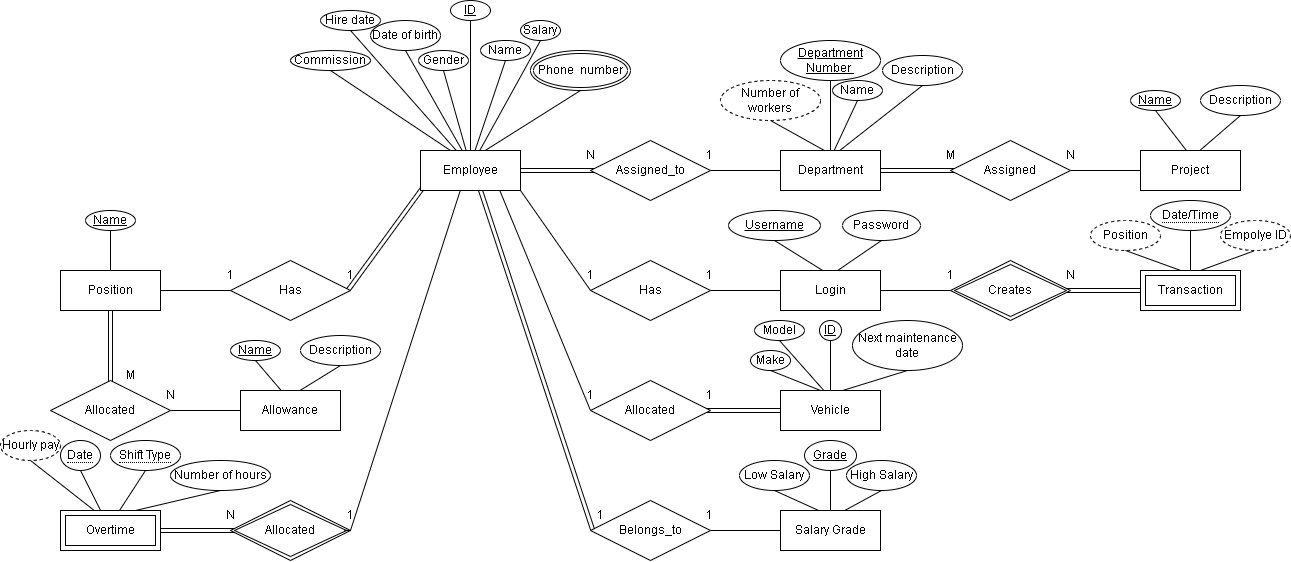
The draw.io diagram Phase 1/ERD.drawio.png in AhmedElkhashn/DB-project, before a commit. Source tidied: cells renumbered, new cells last; positions are measured from the earlier drawing's top-left corner, leaving out a move shared by most shapes.
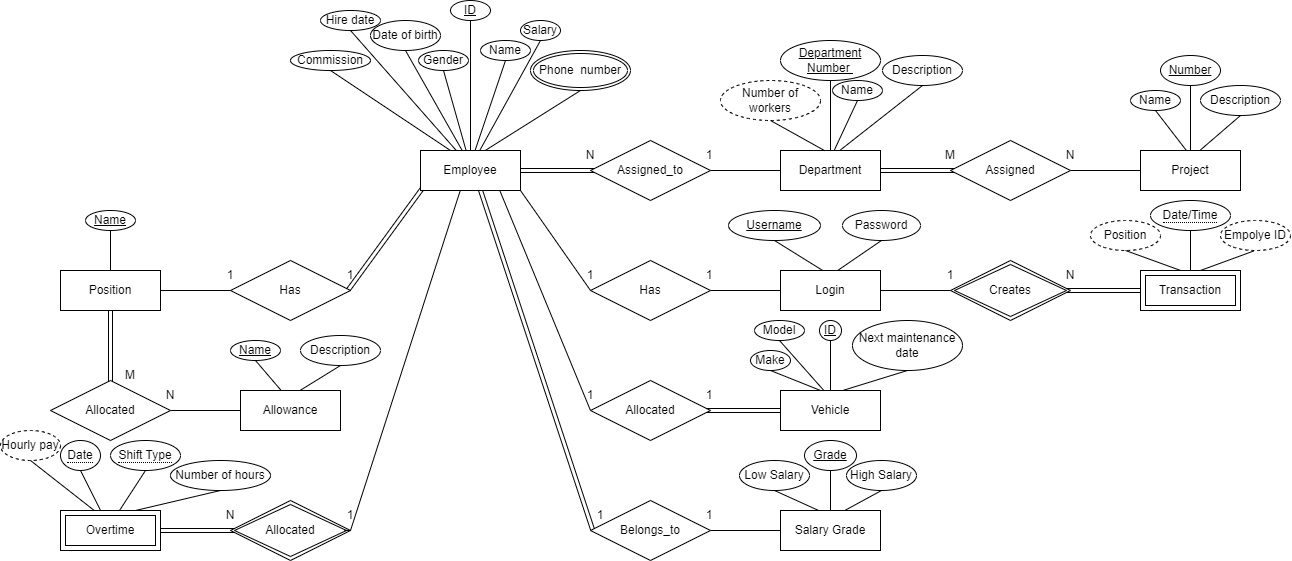
After the change.

The edit, as a diff of the source:
```diff
@@ -187,7 +187,7 @@
     <mxCell id="58" style="endArrow=none;html=1;rounded=0;entryX=0.5;entryY=1;entryDx=0;entryDy=0;exitX=0.594;exitY=-0.003;exitDx=0;exitDy=0;exitPerimeter=0;" parent="1" edge="1" source="13" target="53">
       <mxGeometry relative="1" as="geometry" />
     </mxCell>
-    <mxCell id="59" value="Name" style="ellipse;whiteSpace=wrap;html=1;align=center;fontStyle=4;" parent="1" vertex="1">
+    <mxCell id="59" value="Name" style="ellipse;whiteSpace=wrap;html=1;align=center;fontStyle=0;" parent="1" vertex="1">
       <mxGeometry x="1130" y="90" width="50" height="20" as="geometry" />
     </mxCell>
     <mxCell id="60" value="Description" style="ellipse;whiteSpace=wrap;html=1;align=center;" parent="1" vertex="1">
@@ -277,7 +277,7 @@
     <mxCell id="86" style="endArrow=none;html=1;rounded=0;exitX=0.5;exitY=1;exitDx=0;exitDy=0;entryX=0.5;entryY=0;entryDx=0;entryDy=0;" parent="1" edge="1" source="85" target="32">
       <mxGeometry relative="1" as="geometry" />
     </mxCell>
-    <mxCell id="87" value="Name" style="ellipse;whiteSpace=wrap;html=1;align=center;fontStyle=4;" parent="1" vertex="1">
+    <mxCell id="87" value="&lt;u&gt;Name&lt;/u&gt;" style="ellipse;whiteSpace=wrap;html=1;align=center;fontStyle=0;" parent="1" vertex="1">
       <mxGeometry x="230" y="340" width="50" height="20" as="geometry" />
     </mxCell>
     <mxCell id="88" value="Description" style="ellipse;whiteSpace=wrap;html=1;align=center;" parent="1" vertex="1">
@@ -392,5 +392,11 @@
     <mxCell id="123" value="Allocated" style="shape=rhombus;perimeter=rhombusPerimeter;whiteSpace=wrap;html=1;align=center;" parent="1" vertex="1">
       <mxGeometry x="590" y="380" width="120" height="60" as="geometry" />
     </mxCell>
+    <mxCell id="124" value="Number" style="ellipse;whiteSpace=wrap;html=1;align=center;fontStyle=4;" parent="1" vertex="1">
+      <mxGeometry x="1160" y="55" width="60" height="30" as="geometry" />
+    </mxCell>
+    <mxCell id="125" style="endArrow=none;html=1;rounded=0;entryX=0.5;entryY=1;entryDx=0;entryDy=0;exitX=0.5;exitY=0;exitDx=0;exitDy=0;" parent="1" edge="1" source="16" target="124">
+      <mxGeometry relative="1" as="geometry" />
+    </mxCell>
   </root>
 </mxGraphModel>
```
